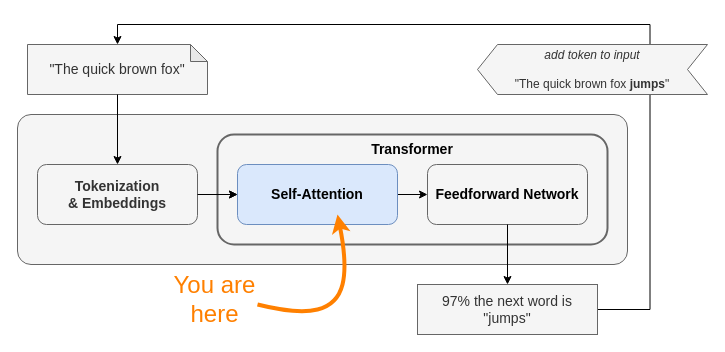
Above: book/images/attention/llm-flow-self-attention.drawio in yshavit/llm-notes (draw.io), before the change. Source tidied: cells renumbered, new cells numbered last; positions are measured from the earlier drawing's top-left corner, leaving out a move shared by most shapes. Both pictures are drawn from the tidied source at 100%, with x=0, y=0 at pixel (17, 44).
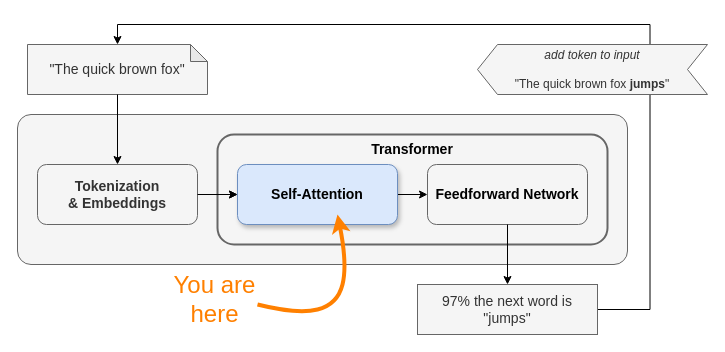
The same diagram, later.

What changed in the source:
```diff
@@
-    <mxCell id="7" value="&lt;b&gt;Self-Attention&lt;/b&gt;" style="rounded=1;whiteSpace=wrap;html=1;fillColor=#dae8fc;strokeColor=#6c8ebf;fontSize=14;" parent="1" vertex="1">
+    <mxCell id="7" value="&lt;b&gt;Self-Attention&lt;/b&gt;" style="rounded=1;whiteSpace=wrap;html=1;fillColor=#dae8fc;strokeColor=#6c8ebf;fontSize=14;shadow=1;" parent="1" vertex="1">
       <mxGeometry x="220" y="120" width="160" height="60" as="geometry" />
     </mxCell>
```
